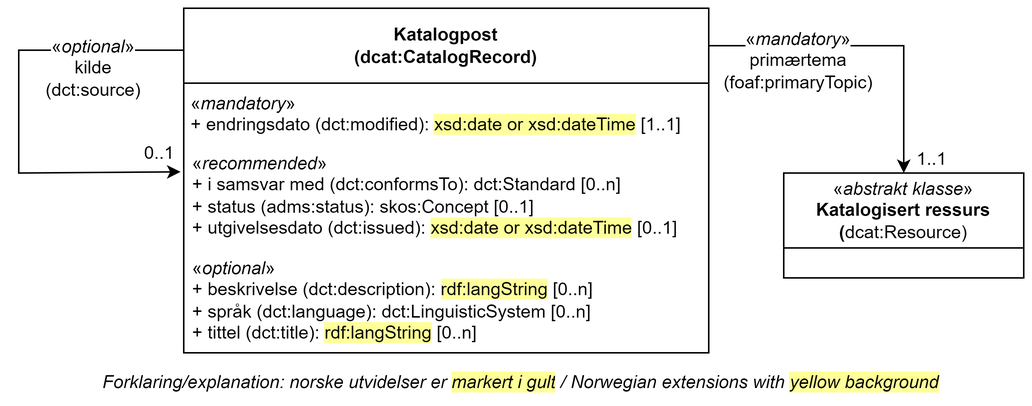
Earlier version of the draw.io export docs/images/Klassen-Katalogpost.png (Informasjonsforvaltning/dcat-ap-no). Source tidied: cells renumbered, new cells last; positions are measured from the earlier drawing's top-left corner, leaving out a move shared by most shapes.
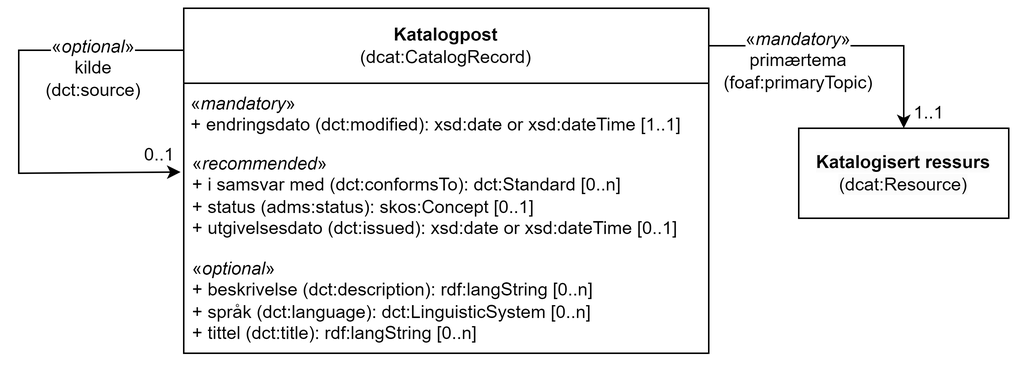
After the commit.

The edit, as a diff of the source:
```diff
@@ -2,13 +2,13 @@
   <root>
     <mxCell id="0" />
     <mxCell id="1" parent="0" />
-    <mxCell id="2" value="Katalogpost&lt;br&gt;(dcat:CatalogRecord)" style="swimlane;whiteSpace=wrap;html=1;startSize=50;" parent="1" vertex="1">
+    <mxCell id="2" value="Katalogpost&lt;br&gt;&lt;span style=&quot;font-weight: normal;&quot;&gt;(dcat:CatalogRecord)&lt;/span&gt;" style="swimlane;whiteSpace=wrap;html=1;startSize=50;" parent="1" vertex="1">
       <mxGeometry x="110" width="350" height="230" as="geometry" />
     </mxCell>
-    <mxCell id="3" value="«&lt;i&gt;mandatory&lt;/i&gt;»&lt;br&gt;+ endringsdato (dct:modified):&amp;nbsp;&lt;span style=&quot;background-color: rgb(255, 255, 153);&quot;&gt;xsd:date or xsd:dateTime&lt;/span&gt; [1..1]" style="text;strokeColor=none;fillColor=none;align=left;verticalAlign=top;spacingLeft=4;spacingRight=4;overflow=hidden;whiteSpace=wrap;html=1;" parent="2" vertex="1">
+    <mxCell id="3" value="«&lt;i&gt;mandatory&lt;/i&gt;»&lt;br&gt;+ endringsdato (dct:modified):&amp;nbsp;xsd:date or xsd:dateTime [1..1]" style="text;strokeColor=none;fillColor=none;align=left;verticalAlign=top;spacingLeft=4;spacingRight=4;overflow=hidden;whiteSpace=wrap;html=1;" parent="2" vertex="1">
       <mxGeometry x="-1" y="50" width="351" height="50" as="geometry" />
     </mxCell>
-    <mxCell id="4" value="&lt;div&gt;«&lt;i&gt;recommended&lt;/i&gt;»&lt;/div&gt;&lt;div&gt;+ i samsvar med (dct:conformsTo): dct:Standard [0..n]&lt;/div&gt;&lt;div&gt;+ status (adms:status): skos:Concept [0..1]&lt;/div&gt;&lt;div&gt;+ utgivelsesdato (dct:issued): &lt;span style=&quot;background-color: rgb(255, 255, 153);&quot;&gt;xsd:date or xsd:dateTime&lt;/span&gt; [0..1]&lt;/div&gt;" style="text;strokeColor=none;fillColor=none;align=left;verticalAlign=top;spacingLeft=4;spacingRight=4;overflow=hidden;points=[[0,0.5],[1,0.5]];portConstraint=eastwest;whiteSpace=wrap;html=1;" parent="2" vertex="1">
+    <mxCell id="4" value="&lt;div&gt;«&lt;i&gt;recommended&lt;/i&gt;»&lt;/div&gt;&lt;div&gt;+ i samsvar med (dct:conformsTo): dct:Standard [0..n]&lt;/div&gt;&lt;div&gt;+ status (adms:status): skos:Concept [0..1]&lt;/div&gt;&lt;div&gt;+ utgivelsesdato (dct:issued): xsd:date or xsd:dateTime [0..1]&lt;/div&gt;" style="text;strokeColor=none;fillColor=none;align=left;verticalAlign=top;spacingLeft=4;spacingRight=4;overflow=hidden;points=[[0,0.5],[1,0.5]];portConstraint=eastwest;whiteSpace=wrap;html=1;" parent="2" vertex="1">
       <mxGeometry y="90" width="350" height="70" as="geometry" />
     </mxCell>
     <mxCell id="5" style="endArrow=classic;html=1;rounded=0;entryX=-0.006;entryY=0.274;entryDx=0;entryDy=0;entryPerimeter=0;" parent="2" edge="1" target="4">
@@ -20,13 +20,10 @@
         </Array>
       </mxGeometry>
     </mxCell>
-    <mxCell id="6" value="&lt;div&gt;«&lt;i&gt;optional&lt;/i&gt;»&lt;/div&gt;&lt;div&gt;+ beskrivelse (dct:description): &lt;span style=&quot;background-color: rgb(255, 255, 153);&quot;&gt;rdf:langString&lt;/span&gt; [0..n]&lt;/div&gt;&lt;div&gt;+ språk (dct:language): dct:LinguisticSystem [0..n]&lt;/div&gt;&lt;div&gt;+ tittel (dct:title):&amp;nbsp;&lt;span style=&quot;background-color: rgb(255, 255, 153);&quot;&gt;rdf:langString&lt;/span&gt;&amp;nbsp;[0..n]&lt;/div&gt;" style="text;strokeColor=none;fillColor=none;align=left;verticalAlign=top;spacingLeft=4;spacingRight=4;overflow=hidden;whiteSpace=wrap;html=1;" parent="2" vertex="1">
+    <mxCell id="6" value="&lt;div&gt;«&lt;i&gt;optional&lt;/i&gt;»&lt;/div&gt;&lt;div&gt;+ beskrivelse (dct:description): rdf:langString [0..n]&lt;/div&gt;&lt;div&gt;+ språk (dct:language): dct:LinguisticSystem [0..n]&lt;/div&gt;&lt;div&gt;+ tittel (dct:title):&amp;nbsp;rdf:langString&amp;nbsp;[0..n]&lt;/div&gt;" style="text;strokeColor=none;fillColor=none;align=left;verticalAlign=top;spacingLeft=4;spacingRight=4;overflow=hidden;whiteSpace=wrap;html=1;" parent="2" vertex="1">
       <mxGeometry y="160" width="350" height="70" as="geometry" />
     </mxCell>
-    <mxCell id="7" value="&lt;span style=&quot;font-weight: normal;&quot;&gt;«&lt;i&gt;abstrakt klasse&lt;/i&gt;»&lt;/span&gt;&lt;br&gt;Katalogisert ressurs&lt;br&gt;(&lt;span style=&quot;font-weight: 400;&quot;&gt;dcat:Resource&lt;/span&gt;&lt;span style=&quot;font-weight: normal;&quot;&gt;)&lt;/span&gt;" style="swimlane;whiteSpace=wrap;html=1;startSize=50;" parent="1" vertex="1">
-      <mxGeometry x="510" y="110" width="160" height="70" as="geometry" />
-    </mxCell>
-    <mxCell id="8" style="endArrow=classic;html=1;rounded=0;entryX=0.5;entryY=0;entryDx=0;entryDy=0;" parent="1" edge="1" target="7">
+    <mxCell id="8" style="endArrow=classic;html=1;rounded=0;entryX=0.5;entryY=0;entryDx=0;entryDy=0;" parent="1" edge="1" target="14">
       <mxGeometry relative="1" as="geometry">
         <mxPoint x="460" y="25" as="sourcePoint" />
         <Array as="points">
@@ -38,16 +35,16 @@
       <mxGeometry x="490" y="20" width="60" height="30" as="geometry" />
     </mxCell>
     <mxCell id="10" value="1..1" style="text;html=1;strokeColor=none;fillColor=none;align=center;verticalAlign=middle;whiteSpace=wrap;rounded=0;" parent="1" vertex="1">
-      <mxGeometry x="589" y="86" width="40" height="30" as="geometry" />
+      <mxGeometry x="592" y="60" width="30" height="20" as="geometry" />
     </mxCell>
     <mxCell id="11" value="&lt;div&gt;&lt;span style=&quot;background-color: rgb(255, 255, 255);&quot;&gt;«&lt;i&gt;optional&lt;/i&gt;»&lt;/span&gt;&lt;/div&gt;&lt;span style=&quot;background-color: rgb(255, 255, 255);&quot;&gt;kilde&lt;br&gt;(dct:source)&lt;/span&gt;" style="text;html=1;strokeColor=none;fillColor=none;align=center;verticalAlign=middle;whiteSpace=wrap;rounded=0;" parent="1" vertex="1">
       <mxGeometry x="20" y="20" width="60" height="40" as="geometry" />
     </mxCell>
     <mxCell id="12" value="0..1" style="text;html=1;strokeColor=none;fillColor=none;align=center;verticalAlign=middle;whiteSpace=wrap;rounded=0;" parent="1" vertex="1">
-      <mxGeometry x="74" y="82" width="40" height="30" as="geometry" />
+      <mxGeometry x="74" y="87" width="40" height="22" as="geometry" />
     </mxCell>
-    <mxCell id="13" value="Forklaring/explanation: norske utvidelser er&amp;nbsp;&lt;span style=&quot;background-color: rgb(255, 255, 153);&quot;&gt;markert i gult&lt;/span&gt;&lt;span style=&quot;background-color: rgb(255 , 255 , 255)&quot;&gt;&amp;nbsp;/&amp;nbsp;Norwegian extensions with &lt;/span&gt;&lt;span style=&quot;background-color: rgb(255, 255, 153);&quot;&gt;yellow background&lt;/span&gt;" style="text;html=1;strokeColor=none;fillColor=none;align=center;verticalAlign=middle;whiteSpace=wrap;rounded=0;fontStyle=2;" parent="1" vertex="1">
-      <mxGeometry y="240" width="670" height="20" as="geometry" />
-    </mxCell>
+    <mxCell id="14" value="&lt;span style=&quot;color: rgb(0, 0, 0); font-family: Helvetica; font-size: 12px; font-style: normal; font-variant-ligatures: normal; font-variant-caps: normal; font-weight: 700; letter-spacing: normal; orphans: 2; text-align: center; text-indent: 0px; text-transform: none; widows: 2; word-spacing: 0px; -webkit-text-stroke-width: 0px; white-space: normal; background-color: rgb(251, 251, 251); text-decoration-thickness: initial; text-decoration-style: initial; text-decoration-color: initial; display: inline !important; float: none;&quot;&gt;Katalogisert ressurs&lt;/span&gt;&lt;br style=&quot;forced-color-adjust: none; color: rgb(0, 0, 0); font-family: Helvetica; font-size: 12px; font-style: normal; font-variant-ligatures: normal; font-variant-caps: normal; font-weight: 700; letter-spacing: normal; orphans: 2; text-align: center; text-indent: 0px; text-transform: none; widows: 2; word-spacing: 0px; -webkit-text-stroke-width: 0px; white-space: normal; background-color: rgb(251, 251, 251); text-decoration-thickness: initial; text-decoration-style: initial; text-decoration-color: initial;&quot;&gt;&lt;span style=&quot;forced-color-adjust: none; color: rgb(0, 0, 0); font-family: Helvetica; font-size: 12px; font-style: normal; font-variant-ligatures: normal; font-variant-caps: normal; letter-spacing: normal; orphans: 2; text-align: center; text-indent: 0px; text-transform: none; widows: 2; word-spacing: 0px; -webkit-text-stroke-width: 0px; white-space: normal; background-color: rgb(251, 251, 251); text-decoration-thickness: initial; text-decoration-style: initial; text-decoration-color: initial; font-weight: normal;&quot;&gt;(&lt;/span&gt;&lt;span style=&quot;forced-color-adjust: none; color: rgb(0, 0, 0); font-family: Helvetica; font-size: 12px; font-style: normal; font-variant-ligatures: normal; font-variant-caps: normal; letter-spacing: normal; orphans: 2; text-align: center; text-indent: 0px; text-transform: none; widows: 2; word-spacing: 0px; -webkit-text-stroke-width: 0px; white-space: normal; background-color: rgb(251, 251, 251); text-decoration-thickness: initial; text-decoration-style: initial; text-decoration-color: initial; font-weight: 400;&quot;&gt;dcat:Resource&lt;/span&gt;&lt;span style=&quot;forced-color-adjust: none; color: rgb(0, 0, 0); font-family: Helvetica; font-size: 12px; font-style: normal; font-variant-ligatures: normal; font-variant-caps: normal; letter-spacing: normal; orphans: 2; text-align: center; text-indent: 0px; text-transform: none; widows: 2; word-spacing: 0px; -webkit-text-stroke-width: 0px; white-space: normal; background-color: rgb(251, 251, 251); text-decoration-thickness: initial; text-decoration-style: initial; text-decoration-color: initial; font-weight: normal;&quot;&gt;)&lt;/span&gt;" style="rounded=0;whiteSpace=wrap;html=1;" parent="1" vertex="1">
+      <mxGeometry x="520" y="80" width="140" height="60" as="geometry" />
+    </mxCell>
   </root>
 </mxGraphModel>
```
